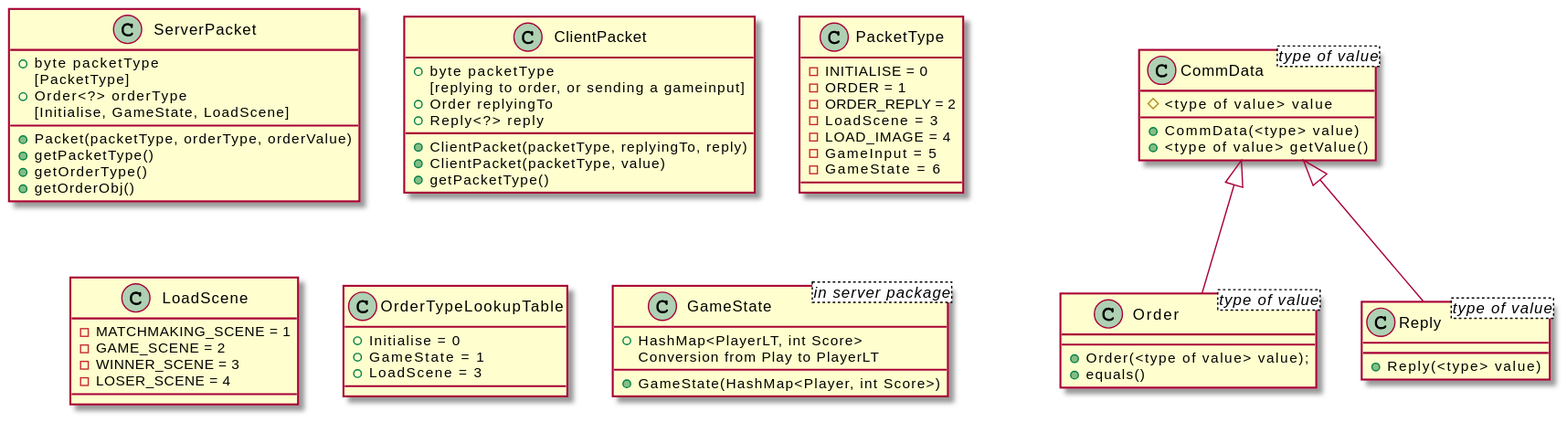
This is Flowcharts/Rendered/DataPacketRedesign.svg from yashdwivedi/mavenproject1, a PlantUML export, as it was before one commit.
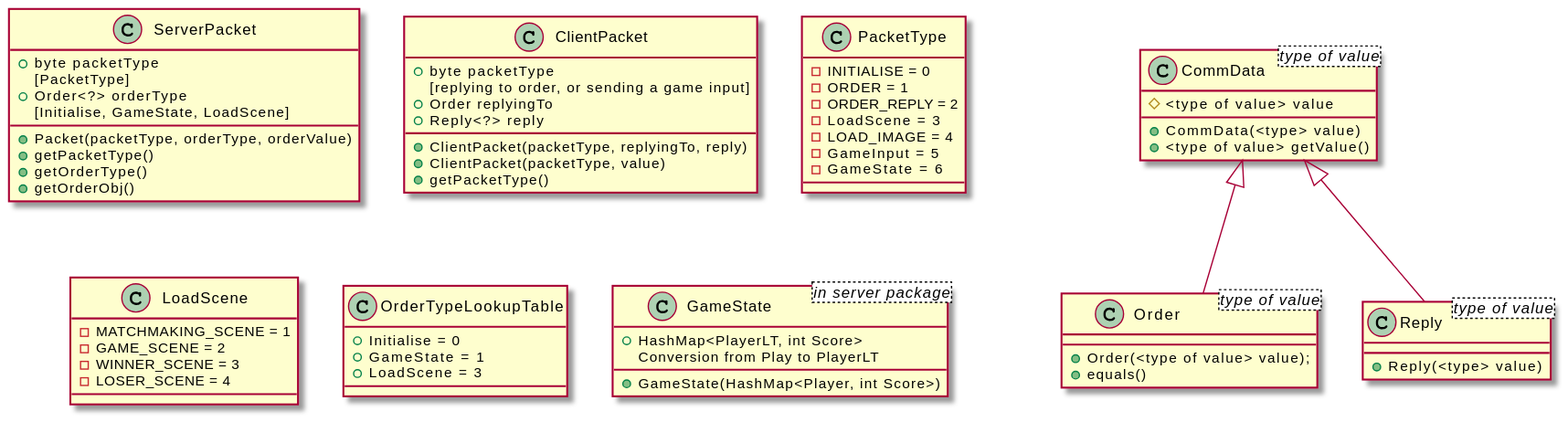
The same file after the commit.

Commit message:
🤖 Rendered PlantUML diagrams

Change to the diagram source:
```diff
@@ -11,7 +11,7 @@
 }
 class ClientPacket {
     + byte packetType
-      [replying to order, or sending a gameinput]
+      [replying to order, or sending a game input]
     + Order replyingTo
     + Reply<?> reply
     + ClientPacket(packetType, replyingTo, reply)
```
